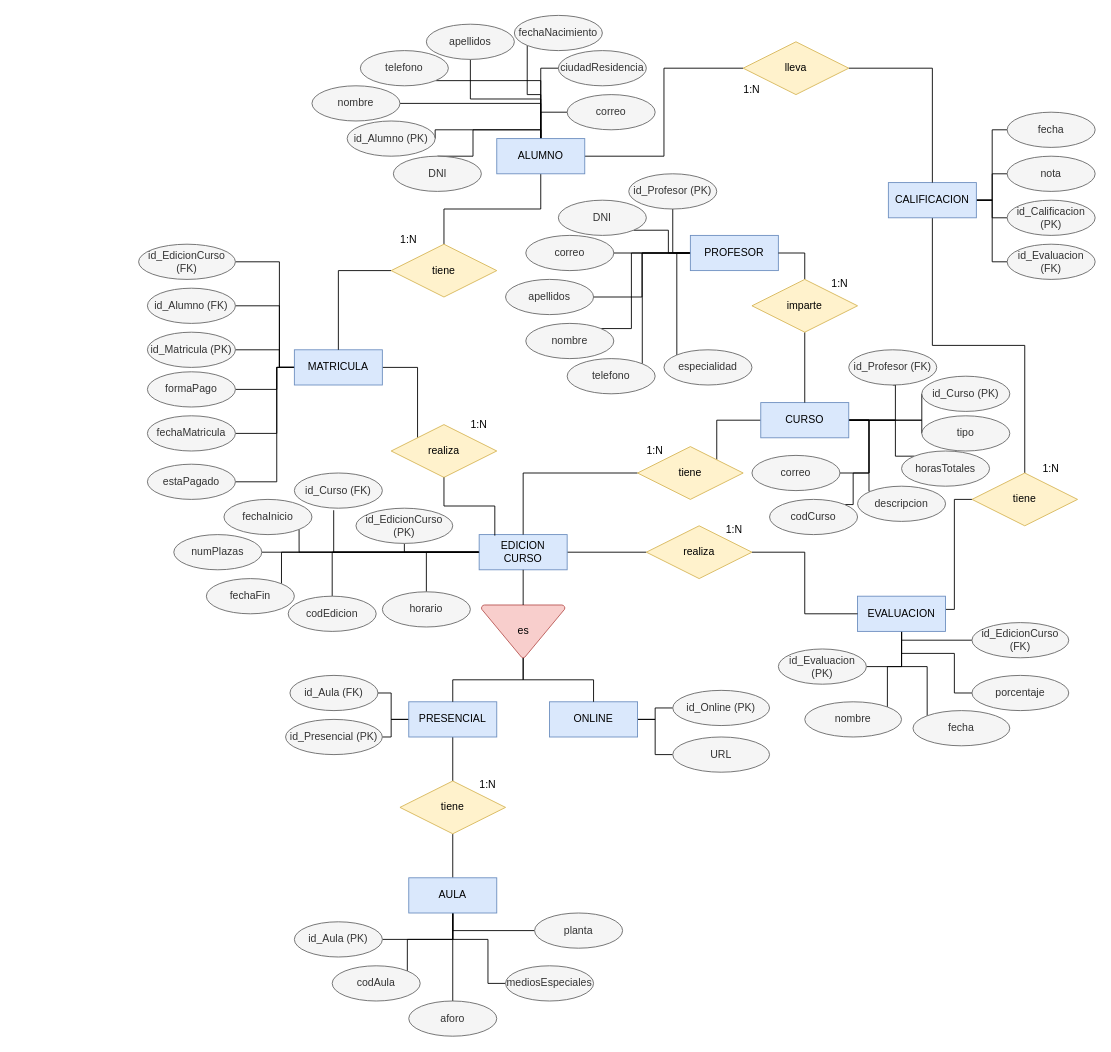
Before: EjercicioCentroFormacion/Ejercicio.drawio in Jbergo/CLASE_BD, a draw.io diagram. Source tidied: cells renumbered, new cells numbered last; positions are measured from the earlier drawing's top-left corner, leaving out a move shared by most shapes. Both pictures are drawn from the tidied source at 88%, with x=0, y=0 at pixel (138, 15).
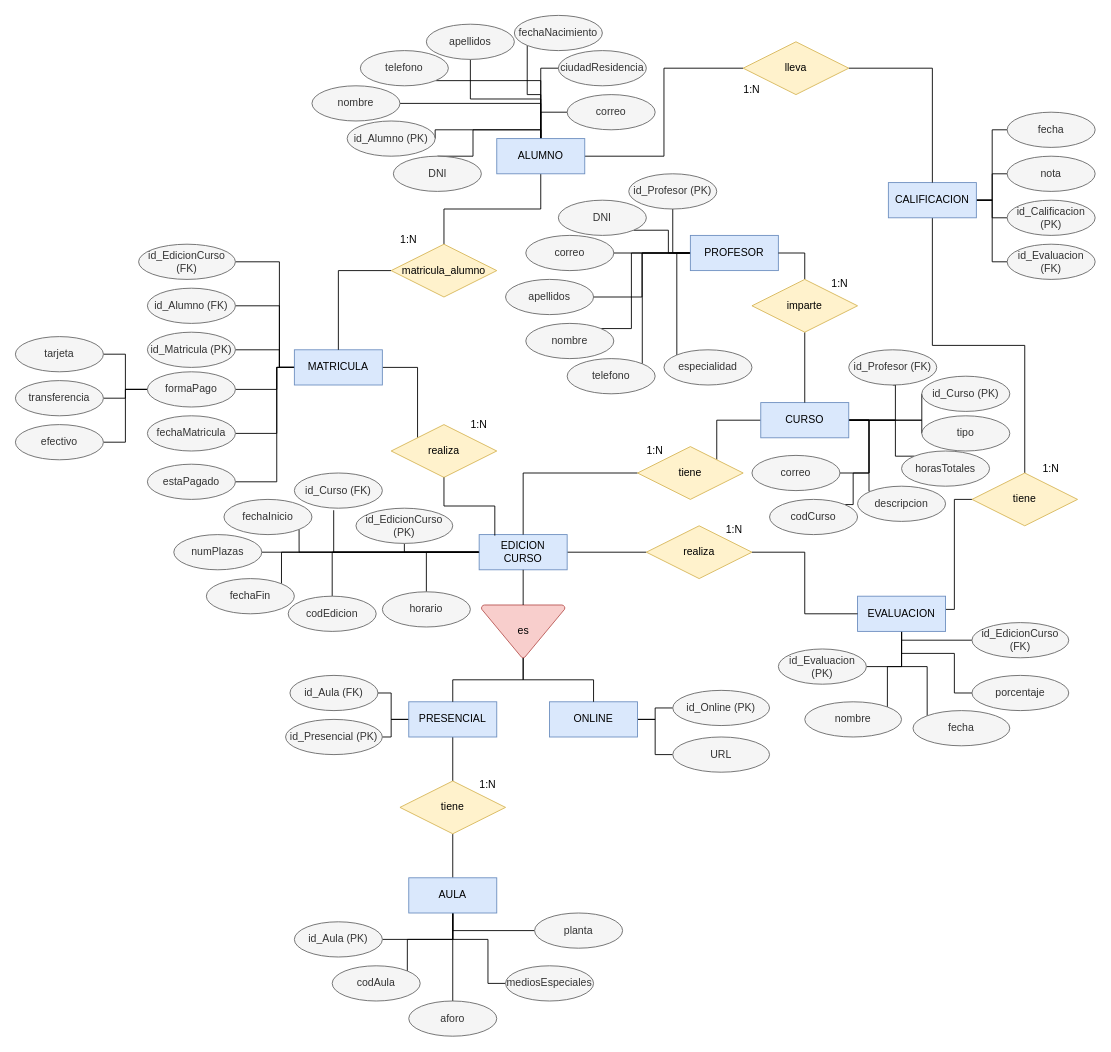
The same diagram, later.

Unchanged cells that the change refers to:
```xml
<mxCell id="125" value="formaPago" style="ellipse;whiteSpace=wrap;html=1;align=center;strokeColor=#666666;verticalAlign=middle;fontFamily=Helvetica;fontSize=12;fontColor=#333333;labelBackgroundColor=none;fillColor=#f5f5f5;" parent="1" vertex="1">
  <mxGeometry x="10" y="405" width="100" height="40" as="geometry" />
</mxCell>
```

Diff of the diagram source:
```diff
@@
-    <mxCell id="67" value="tiene" style="shape=rhombus;perimeter=rhombusPerimeter;whiteSpace=wrap;html=1;align=center;strokeColor=#d6b656;verticalAlign=middle;fontFamily=Helvetica;fontSize=12;fillColor=#fff2cc;labelBackgroundColor=none;" parent="1" vertex="1">
+    <mxCell id="67" value="matricula_alumno" style="shape=rhombus;perimeter=rhombusPerimeter;whiteSpace=wrap;html=1;align=center;strokeColor=#d6b656;verticalAlign=middle;fontFamily=Helvetica;fontSize=12;fillColor=#fff2cc;labelBackgroundColor=none;" parent="1" vertex="1">
       <mxGeometry x="287" y="260" width="120" height="60" as="geometry" />
     </mxCell>
@@
+    <mxCell id="154" style="edgeStyle=orthogonalEdgeStyle;rounded=0;jettySize=auto;html=1;entryX=1;entryY=0.5;entryDx=0;entryDy=0;endArrow=none;endFill=0;" parent="1" edge="1" source="125" target="157">
+      <mxGeometry relative="1" as="geometry" />
+    </mxCell>
+    <mxCell id="155" style="edgeStyle=orthogonalEdgeStyle;rounded=0;jettySize=auto;html=1;entryX=1;entryY=0.5;entryDx=0;entryDy=0;endArrow=none;endFill=0;" parent="1" edge="1" source="125" target="158">
+      <mxGeometry relative="1" as="geometry" />
+    </mxCell>
+    <mxCell id="156" style="edgeStyle=orthogonalEdgeStyle;shape=connector;rounded=0;jettySize=auto;html=1;entryX=1;entryY=0.5;entryDx=0;entryDy=0;strokeColor=default;align=center;verticalAlign=middle;fontFamily=Helvetica;fontSize=11;fontColor=default;labelBackgroundColor=default;endArrow=none;endFill=0;" parent="1" edge="1" source="125" target="159">
+      <mxGeometry relative="1" as="geometry" />
+    </mxCell>
@@
+    <mxCell id="157" value="tarjeta" style="ellipse;whiteSpace=wrap;html=1;align=center;strokeColor=#666666;verticalAlign=middle;fontFamily=Helvetica;fontSize=12;fontColor=#333333;labelBackgroundColor=none;fillColor=#f5f5f5;" parent="1" vertex="1">
+      <mxGeometry x="-140" y="365" width="100" height="40" as="geometry" />
+    </mxCell>
+    <mxCell id="158" value="transferencia" style="ellipse;whiteSpace=wrap;html=1;align=center;strokeColor=#666666;verticalAlign=middle;fontFamily=Helvetica;fontSize=12;fontColor=#333333;labelBackgroundColor=none;fillColor=#f5f5f5;" parent="1" vertex="1">
+      <mxGeometry x="-140" y="415" width="100" height="40" as="geometry" />
+    </mxCell>
+    <mxCell id="159" value="efectivo" style="ellipse;whiteSpace=wrap;html=1;align=center;strokeColor=#666666;verticalAlign=middle;fontFamily=Helvetica;fontSize=12;fontColor=#333333;labelBackgroundColor=none;fillColor=#f5f5f5;" parent="1" vertex="1">
+      <mxGeometry x="-140" y="465" width="100" height="40" as="geometry" />
+    </mxCell>
```
